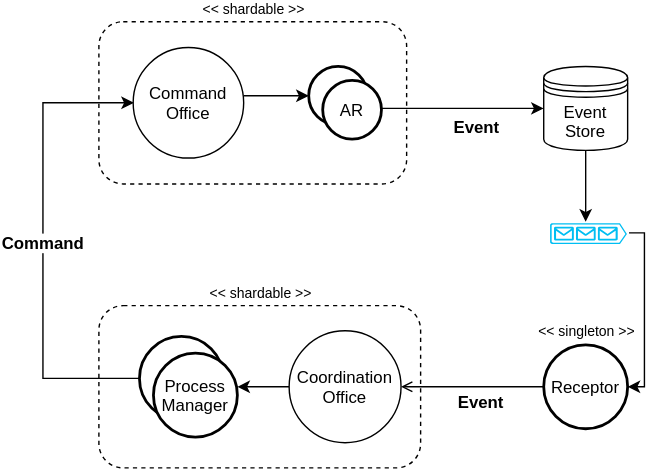
Earlier version of the draw.io export images/akka-ddd/MessageFlow.svg (pawelkaczor/pawelkaczor.github.com). Source tidied: cells renumbered, new cells last; positions are measured from the earlier drawing's top-left corner, leaving out a move shared by most shapes. Source of this version:
```xml
<mxGraphModel background="#ffffff">
  <root>
    <mxCell id="0" />
    <mxCell id="1" parent="0" />
    <mxCell id="2" style="edgeStyle=orthogonalEdgeStyle;rounded=0;html=1;entryX=1;entryY=0.5;entryPerimeter=0;startArrow=none;startFill=0;endArrow=classic;endFill=1;jettySize=auto;strokeColor=#000000;strokeWidth=1;fontSize=12;exitX=1.027;exitY=0.489;exitPerimeter=0;" parent="1" edge="1" source="4" target="5">
      <mxGeometry x="478" y="190" as="geometry">
        <Array as="points">
          <mxPoint x="430" y="151" />
          <mxPoint x="430" y="261" />
        </Array>
      </mxGeometry>
    </mxCell>
    <mxCell id="3" value="Event Store" style="shape=datastore;whiteSpace=wrap;html=1;" parent="1" vertex="1">
      <mxGeometry x="358" y="32" width="60" height="60" as="geometry" />
    </mxCell>
    <mxCell id="4" style="verticalLabelPosition=bottom;html=1;verticalAlign=top;strokeColor=none;fillColor=#00BEF2;shape=mxgraph.azure.queue_generic;" parent="1" vertex="1">
      <mxGeometry x="362.5" y="144" width="55" height="15" as="geometry" />
    </mxCell>
    <mxCell id="5" value="Receptor" style="strokeWidth=2;html=1;shape=mxgraph.flowchart.start_2;whiteSpace=wrap;" parent="1" vertex="1">
      <mxGeometry x="358" y="231" width="60" height="60" as="geometry" />
    </mxCell>
    <mxCell id="6" style="edgeStyle=none;rounded=0;html=1;startArrow=open;startFill=1;endArrow=none;endFill=0;exitX=1;exitY=0.5;entryX=0;entryY=0.5;entryPerimeter=0;" parent="1" edge="1" source="9" target="5">
      <mxGeometry x="316" y="300" as="geometry" />
    </mxCell>
    <mxCell id="7" value="&lt;b&gt;Event&lt;/b&gt;" style="text;html=1;align=center;verticalAlign=middle;labelBackgroundColor=#ffffff;" parent="6" vertex="1">
      <mxGeometry x="-0.14" y="-1" relative="1" as="geometry">
        <mxPoint x="13" y="9" as="offset" />
      </mxGeometry>
    </mxCell>
    <mxCell id="8" value="&lt;b&gt;Event&lt;/b&gt;" style="text;html=1;align=center;verticalAlign=middle;labelBackgroundColor=#ffffff;" parent="1" vertex="1">
      <mxGeometry x="313" y="271" as="geometry">
        <mxPoint x="13" y="9" as="offset" />
      </mxGeometry>
    </mxCell>
    <mxCell id="9" value="Coordination Office" style="ellipse;whiteSpace=wrap;html=1;" parent="1" vertex="1">
      <mxGeometry x="176" y="221" width="80" height="80" as="geometry" />
    </mxCell>
    <mxCell id="10" style="strokeWidth=2;html=1;shape=mxgraph.flowchart.start_2;whiteSpace=wrap;" parent="1" vertex="1">
      <mxGeometry x="69" y="225" width="60" height="60" as="geometry" />
    </mxCell>
    <mxCell id="11" value="Command&lt;div&gt;Office&lt;/div&gt;" style="strokeWidth=1;html=1;shape=mxgraph.flowchart.start_2;whiteSpace=wrap;fontStyle=0;" parent="1" vertex="1">
      <mxGeometry x="64.5" y="18" width="79" height="79" as="geometry" />
    </mxCell>
    <mxCell id="12" value="&amp;lt;&amp;lt; shardable &amp;gt;&amp;gt;" style="rounded=1;whiteSpace=wrap;html=1;shadow=0;strokeColor=#000000;strokeWidth=1;fillColor=none;gradientColor=none;fontSize=10;dashed=1;labelPosition=center;verticalLabelPosition=top;align=center;verticalAlign=bottom;" parent="1" vertex="1">
      <mxGeometry x="40" y="203" width="230" height="116" as="geometry" />
    </mxCell>
    <mxCell id="13" style="edgeStyle=orthogonalEdgeStyle;rounded=0;html=1;entryX=0;entryY=0.5;startArrow=none;startFill=0;endArrow=classic;endFill=1;jettySize=auto;strokeColor=#000000;strokeWidth=1;fontSize=10;" parent="1" edge="1" source="21" target="3">
      <mxGeometry x="302" y="101" as="geometry">
        <Array as="points">
          <mxPoint x="280" y="62" />
          <mxPoint x="280" y="62" />
        </Array>
      </mxGeometry>
    </mxCell>
    <mxCell id="14" value="&lt;b&gt;Event&lt;/b&gt;" style="text;html=1;align=center;verticalAlign=middle;labelBackgroundColor=#ffffff;fontSize=12;" parent="13" vertex="1">
      <mxGeometry x="-0.1" y="2" relative="1" as="geometry">
        <mxPoint x="16" y="14" as="offset" />
      </mxGeometry>
    </mxCell>
    <mxCell id="15" value="&lt;b&gt;Event&lt;/b&gt;" style="text;html=1;align=center;verticalAlign=middle;labelBackgroundColor=#ffffff;fontSize=12;" parent="1" vertex="1">
      <mxGeometry x="310" y="74" as="geometry">
        <mxPoint x="16" y="14" as="offset" />
      </mxGeometry>
    </mxCell>
    <mxCell id="16" style="edgeStyle=orthogonalEdgeStyle;rounded=0;html=1;entryX=0;entryY=0.5;startArrow=none;startFill=0;endArrow=classic;endFill=1;jettySize=auto;strokeColor=#000000;strokeWidth=1;fontSize=12;" parent="1" edge="1" source="11" target="20">
      <mxGeometry x="203.5" y="92" as="geometry">
        <Array as="points">
          <mxPoint x="130" y="53" />
          <mxPoint x="130" y="53" />
        </Array>
      </mxGeometry>
    </mxCell>
    <mxCell id="17" style="group;" parent="1" vertex="1">
      <mxGeometry x="190" y="32" width="52" height="52" as="geometry" />
    </mxCell>
    <mxCell id="18" style="ellipse;whiteSpace=wrap;html=1;strokeWidth=2;" parent="17" vertex="1">
      <mxGeometry width="42" height="42" as="geometry" />
    </mxCell>
    <mxCell id="19" value="AR" style="ellipse;whiteSpace=wrap;html=1;strokeWidth=2;" parent="17" vertex="1">
      <mxGeometry x="10" y="10" width="42" height="42" as="geometry" />
    </mxCell>
    <mxCell id="20" style="ellipse;whiteSpace=wrap;html=1;strokeWidth=2;" parent="1" vertex="1">
      <mxGeometry x="190" y="32" width="42" height="42" as="geometry" />
    </mxCell>
    <mxCell id="21" value="AR" style="ellipse;whiteSpace=wrap;html=1;strokeWidth=2;" parent="1" vertex="1">
      <mxGeometry x="200" y="42" width="42" height="42" as="geometry" />
    </mxCell>
    <mxCell id="22" value="Process&lt;div&gt;Manager&lt;/div&gt;" style="strokeWidth=2;html=1;shape=mxgraph.flowchart.start_2;whiteSpace=wrap;" parent="1" vertex="1">
      <mxGeometry x="79" y="237" width="60" height="60" as="geometry" />
    </mxCell>
    <mxCell id="23" value="&lt;b&gt;Command&lt;/b&gt;" style="edgeStyle=orthogonalEdgeStyle;rounded=0;html=1;entryX=0;entryY=0.5;entryPerimeter=0;startArrow=none;startFill=0;endArrow=classic;endFill=1;jettySize=auto;strokeColor=#000000;strokeWidth=1;fontSize=12;exitX=0;exitY=0.5;exitPerimeter=0;" parent="1" edge="1" source="10" target="11">
      <mxGeometry x="60" y="97" as="geometry">
        <Array as="points">
          <mxPoint y="255" />
          <mxPoint y="58" />
        </Array>
      </mxGeometry>
    </mxCell>
    <mxCell id="24" value="&amp;lt;&amp;lt; shardable &amp;gt;&amp;gt;" style="rounded=1;whiteSpace=wrap;html=1;shadow=0;strokeColor=#000000;strokeWidth=1;fillColor=none;gradientColor=none;fontSize=10;dashed=1;labelPosition=center;verticalLabelPosition=top;align=center;verticalAlign=bottom;" parent="1" vertex="1">
      <mxGeometry x="40" width="220" height="116" as="geometry" />
    </mxCell>
    <mxCell id="25" style="edgeStyle=orthogonalEdgeStyle;rounded=0;html=1;entryX=0.994;entryY=0.398;entryPerimeter=0;startArrow=none;startFill=0;endArrow=classic;endFill=1;jettySize=auto;strokeColor=#000000;strokeWidth=1;fontSize=12;" parent="1" edge="1" source="9" target="22">
      <mxGeometry x="199" y="300" as="geometry" />
    </mxCell>
    <mxCell id="26" style="edgeStyle=orthogonalEdgeStyle;rounded=0;html=1;entryX=0.457;entryY=-0.073;entryPerimeter=0;startArrow=none;startFill=0;endArrow=classic;endFill=1;jettySize=auto;strokeColor=#000000;strokeWidth=1;fontSize=12;" parent="1" edge="1" source="3" target="4">
      <mxGeometry x="448" y="131" as="geometry" />
    </mxCell>
    <mxCell id="27" value="&amp;lt;&amp;lt; singleton &amp;gt;&amp;gt;" style="text;html=1;strokeColor=none;fillColor=none;align=center;verticalAlign=middle;whiteSpace=wrap;shadow=0;dashed=1;fontSize=10;" parent="1" vertex="1">
      <mxGeometry x="350" y="211" width="77" height="20" as="geometry" />
    </mxCell>
  </root>
</mxGraphModel>
```
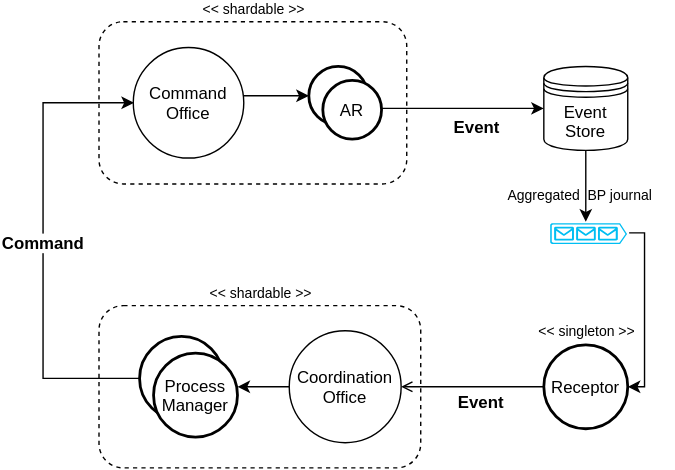
After the change.

Diff of the diagram source:
```diff
@@ -108,5 +108,8 @@
     <mxCell id="27" value="&amp;lt;&amp;lt; singleton &amp;gt;&amp;gt;" style="text;html=1;strokeColor=none;fillColor=none;align=center;verticalAlign=middle;whiteSpace=wrap;shadow=0;dashed=1;fontSize=10;" parent="1" vertex="1">
       <mxGeometry x="350" y="211" width="77" height="20" as="geometry" />
     </mxCell>
+    <mxCell id="28" value="Aggregated &amp;nbsp;BP journal&amp;nbsp;" style="text;html=1;strokeColor=none;fillColor=none;align=center;verticalAlign=middle;whiteSpace=wrap;shadow=0;dashed=1;fontSize=10;" parent="1" vertex="1">
+      <mxGeometry x="320" y="114" width="130" height="20" as="geometry" />
+    </mxCell>
   </root>
 </mxGraphModel>
```
